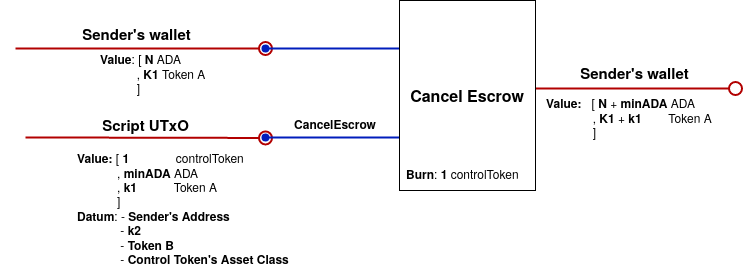
The draw.io diagram tutorial/img/cancelEscrow.png in mrpejker/cardano-e2e-example, before a commit. Source tidied: cells renumbered, new cells last; positions are measured from the earlier drawing's top-left corner, leaving out a move shared by most shapes.
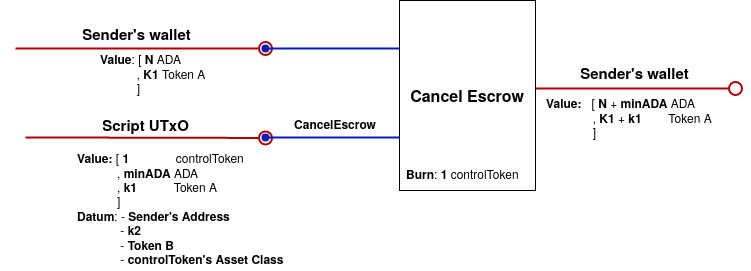
After the commit.

Commit message:
fixed typo on diagrams

What changed in the source:
```diff
@@ -2,7 +2,7 @@
   <root>
     <mxCell id="0" />
     <mxCell id="1" parent="0" />
-    <mxCell id="2" value="&lt;div&gt;&lt;b&gt;Value:&amp;nbsp;&lt;/b&gt;[ &lt;b&gt;1&amp;nbsp;&amp;nbsp;&amp;nbsp;&amp;nbsp;&amp;nbsp;&amp;nbsp;&amp;nbsp;&amp;nbsp;&amp;nbsp;&amp;nbsp;&amp;nbsp;&amp;nbsp;&amp;nbsp; &lt;/b&gt;controlToken&lt;br&gt;&lt;/div&gt;&lt;div&gt;&lt;b&gt;&lt;span style=&quot;&quot;&gt;&#9;&lt;/span&gt;&amp;nbsp;&amp;nbsp;&amp;nbsp;&lt;span style=&quot;white-space: pre;&quot;&gt;&#9;&lt;/span&gt;&amp;nbsp; &amp;nbsp; &lt;/b&gt;,&lt;b&gt; minADA&lt;/b&gt;&lt;b&gt;&amp;nbsp;&lt;/b&gt;ADA&lt;/div&gt;&amp;nbsp; &amp;nbsp; &amp;nbsp; &amp;nbsp; &amp;nbsp; &amp;nbsp; , &lt;b&gt;k1&lt;/b&gt;&amp;nbsp;&amp;nbsp;&amp;nbsp;&amp;nbsp;&amp;nbsp;&amp;nbsp;&amp;nbsp;&amp;nbsp;&amp;nbsp;&amp;nbsp; Token A&lt;br&gt;&amp;nbsp; &amp;nbsp; &amp;nbsp; &amp;nbsp; &amp;nbsp; &amp;nbsp; ]&lt;br&gt;&lt;b&gt;Datum&lt;/b&gt;: - &lt;b&gt;Sender's Address&lt;/b&gt;&lt;br&gt;&#9;&amp;nbsp; &amp;nbsp; &amp;nbsp;&lt;span style=&quot;&quot;&gt;&#9;&lt;/span&gt;&amp;nbsp; &amp;nbsp; &amp;nbsp;&amp;nbsp; - &lt;b&gt;k2&lt;/b&gt;&lt;br&gt;&lt;div&gt;&lt;span style=&quot;background-color: initial;&quot;&gt;&lt;span style=&quot;&quot;&gt;&#9;&amp;nbsp;&lt;/span&gt;&amp;nbsp; &amp;nbsp; &amp;nbsp; &amp;nbsp; &amp;nbsp;&amp;nbsp;&amp;nbsp; - &lt;b&gt;Token B&lt;/b&gt;&lt;/span&gt;&lt;span style=&quot;background-color: initial;&quot;&gt;&lt;br&gt;&lt;/span&gt;&lt;/div&gt;&lt;div&gt;&lt;span style=&quot;background-color: initial;&quot;&gt;&lt;span style=&quot;&quot;&gt;&#9;&lt;/span&gt;&amp;nbsp;&amp;nbsp;&amp;nbsp;&amp;nbsp; &lt;span style=&quot;white-space: pre;&quot;&gt;&#9;&lt;/span&gt;&amp;nbsp;&amp;nbsp;&amp;nbsp;&amp;nbsp; - &lt;b&gt;Control Token's &lt;/b&gt;&lt;/span&gt;&lt;span style=&quot;background-color: initial;&quot;&gt;&lt;b&gt;&lt;span style=&quot;background-color: initial;&quot;&gt;&lt;b&gt;Asset Class&amp;nbsp; &lt;/b&gt;&lt;/span&gt;&lt;/b&gt; &lt;/span&gt;&lt;/div&gt;" style="text;html=1;strokeColor=none;fillColor=none;align=left;verticalAlign=middle;whiteSpace=wrap;rounded=0;" parent="1" vertex="1">
+    <mxCell id="2" value="&lt;div&gt;&lt;b&gt;Value:&amp;nbsp;&lt;/b&gt;[ &lt;b&gt;1&amp;nbsp;&amp;nbsp;&amp;nbsp;&amp;nbsp;&amp;nbsp;&amp;nbsp;&amp;nbsp;&amp;nbsp;&amp;nbsp;&amp;nbsp;&amp;nbsp;&amp;nbsp;&amp;nbsp; &lt;/b&gt;controlToken&lt;br&gt;&lt;/div&gt;&lt;div&gt;&lt;b&gt;&lt;span style=&quot;&quot;&gt;&#9;&lt;/span&gt;&amp;nbsp;&amp;nbsp;&amp;nbsp;&lt;span style=&quot;white-space: pre;&quot;&gt;&#9;&lt;/span&gt;&amp;nbsp; &amp;nbsp; &lt;/b&gt;,&lt;b&gt; minADA&lt;/b&gt;&lt;b&gt;&amp;nbsp;&lt;/b&gt;ADA&lt;/div&gt;&amp;nbsp; &amp;nbsp; &amp;nbsp; &amp;nbsp; &amp;nbsp; &amp;nbsp; , &lt;b&gt;k1&lt;/b&gt;&amp;nbsp;&amp;nbsp;&amp;nbsp;&amp;nbsp;&amp;nbsp;&amp;nbsp;&amp;nbsp;&amp;nbsp;&amp;nbsp;&amp;nbsp; Token A&lt;br&gt;&amp;nbsp; &amp;nbsp; &amp;nbsp; &amp;nbsp; &amp;nbsp; &amp;nbsp; ]&lt;br&gt;&lt;b&gt;Datum&lt;/b&gt;: - &lt;b&gt;Sender's Address&lt;/b&gt;&lt;br&gt;&#9;&amp;nbsp; &amp;nbsp; &amp;nbsp;&lt;span style=&quot;&quot;&gt;&#9;&lt;/span&gt;&amp;nbsp; &amp;nbsp; &amp;nbsp;&amp;nbsp; - &lt;b&gt;k2&lt;/b&gt;&lt;br&gt;&lt;div&gt;&lt;span style=&quot;background-color: initial;&quot;&gt;&lt;span style=&quot;&quot;&gt;&#9;&amp;nbsp;&lt;/span&gt;&amp;nbsp; &amp;nbsp; &amp;nbsp; &amp;nbsp; &amp;nbsp;&amp;nbsp;&amp;nbsp; - &lt;b&gt;Token B&lt;/b&gt;&lt;/span&gt;&lt;span style=&quot;background-color: initial;&quot;&gt;&lt;br&gt;&lt;/span&gt;&lt;/div&gt;&lt;div&gt;&lt;span style=&quot;background-color: initial;&quot;&gt;&lt;span style=&quot;&quot;&gt;&#9;&lt;/span&gt;&amp;nbsp;&amp;nbsp;&amp;nbsp;&amp;nbsp; &lt;span style=&quot;white-space: pre;&quot;&gt;&#9;&lt;/span&gt;&amp;nbsp;&amp;nbsp;&amp;nbsp;&amp;nbsp; - &lt;b&gt;controlToken's &lt;/b&gt;&lt;/span&gt;&lt;span style=&quot;background-color: initial;&quot;&gt;&lt;b&gt;&lt;span style=&quot;background-color: initial;&quot;&gt;&lt;b&gt;Asset Class&amp;nbsp; &lt;/b&gt;&lt;/span&gt;&lt;/b&gt; &lt;/span&gt;&lt;/div&gt;" style="text;html=1;strokeColor=none;fillColor=none;align=left;verticalAlign=middle;whiteSpace=wrap;rounded=0;" parent="1" vertex="1">
       <mxGeometry x="60" y="146" width="280" height="124" as="geometry" />
     </mxCell>
     <mxCell id="3" style="endArrow=oval;html=1;rounded=0;strokeWidth=2;fillColor=#e51400;strokeColor=#B20000;startArrow=none;startFill=0;endFill=0;endSize=13;" parent="1" edge="1">
```
